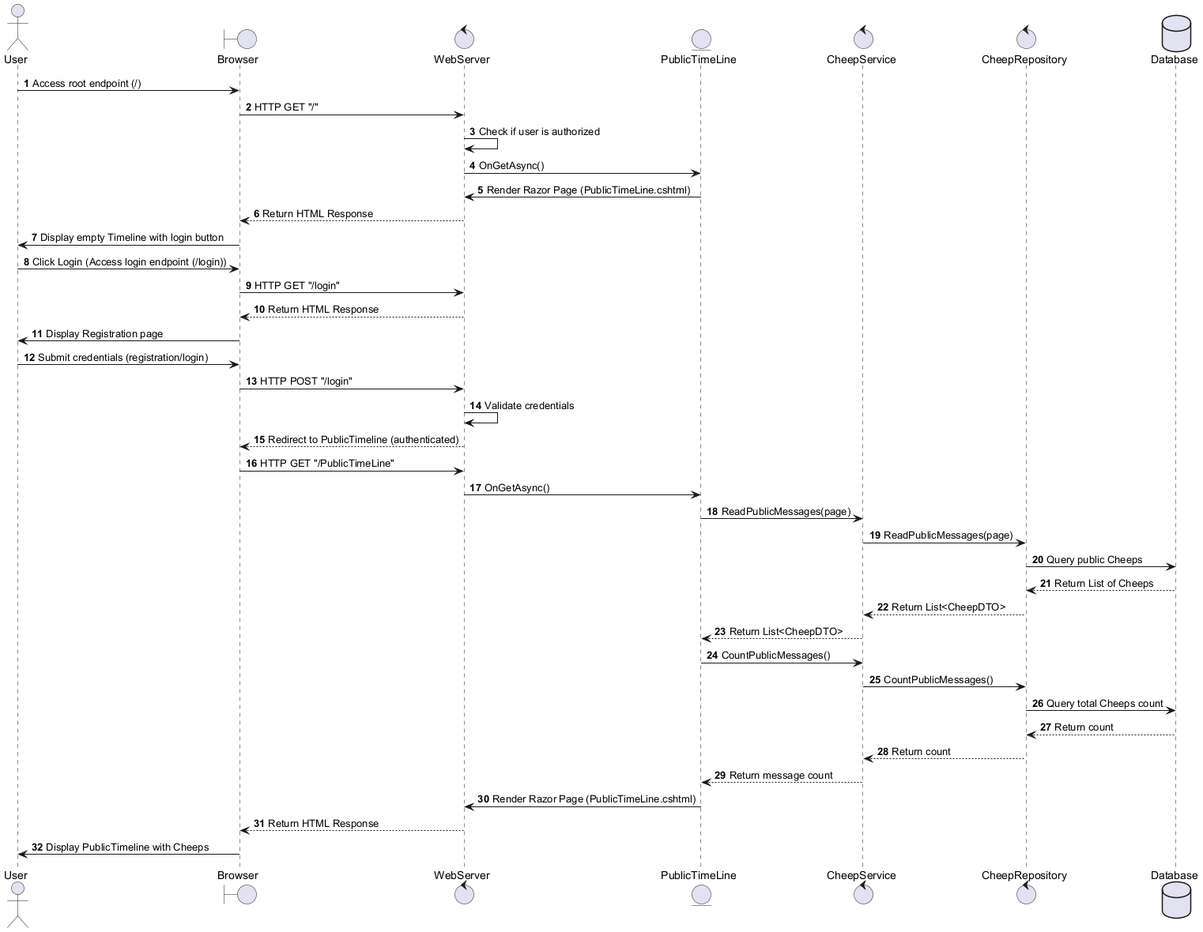
Before: docs/diagrams/SimunsPics/NewUser.png, a diagram exported from PlantUML (ITU-BDSA2024-GROUP13/Chirp).
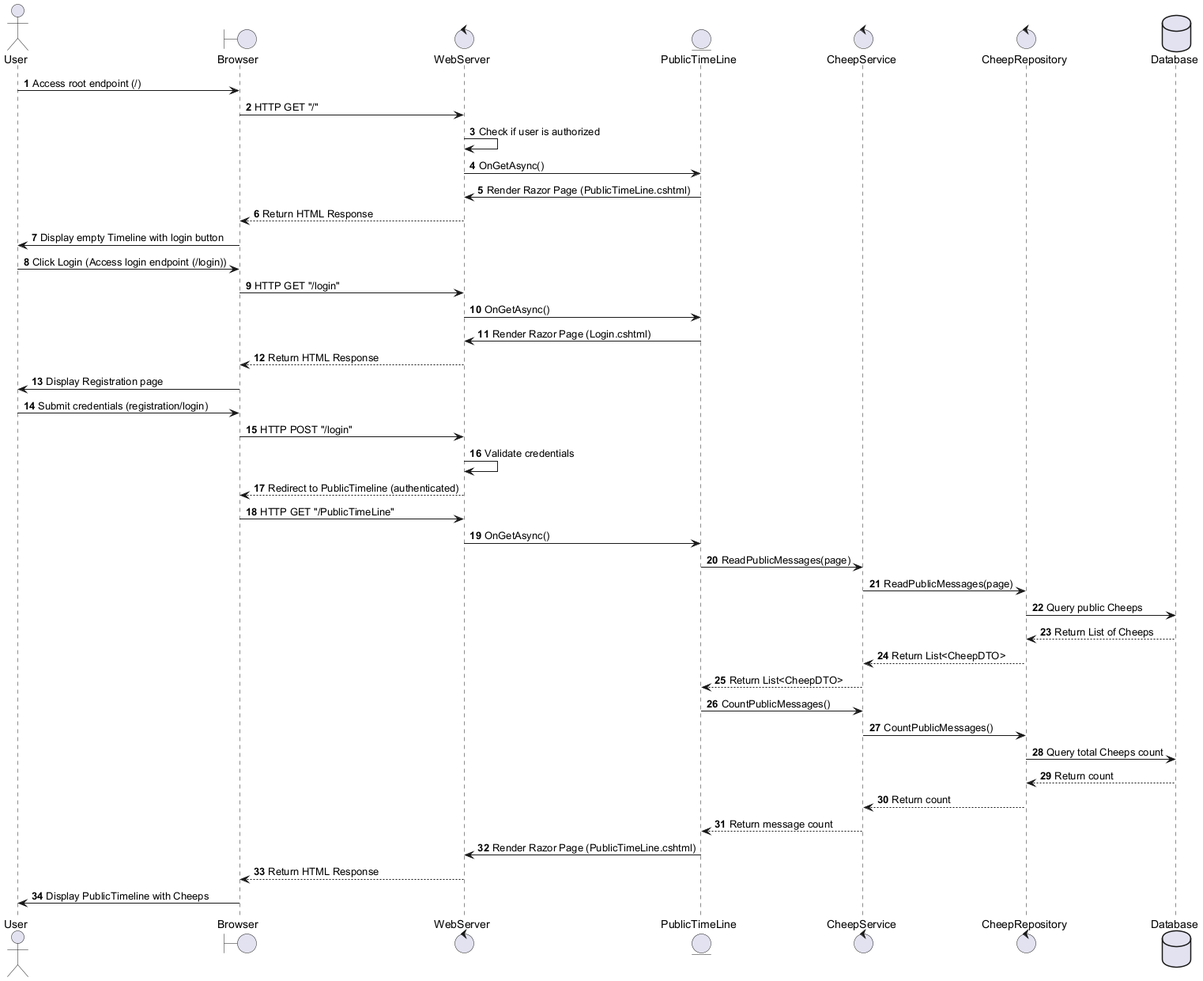
Above is the later version.

What changed in the source:
```diff
@@ -21,6 +21,8 @@
 
 UU -> B : Click Login (Access login endpoint (/login))
 B -> WS : HTTP GET "/login"
+WS -> PT : OnGetAsync()
+PT -> WS : Render Razor Page (Login.cshtml)
 WS --> B : Return HTML Response
 B -> UU : Display Registration page
 
```
